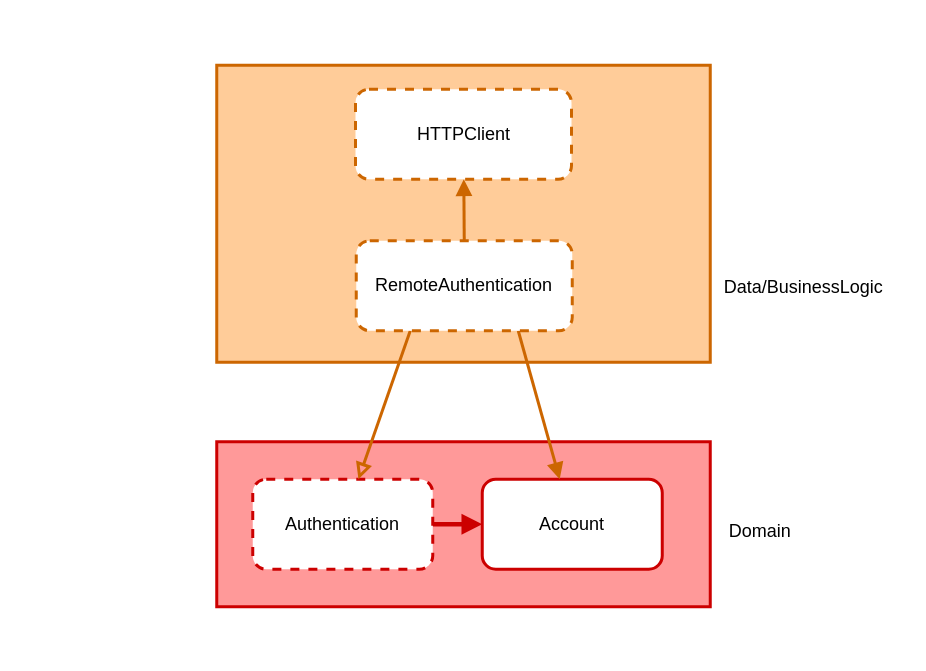
PaoloProdossimoLopes/flutter-for-dev-clean-app keeps this draw.io diagram as docs/diagrams/login.drawio. Above is the earlier version. Source tidied: cells renumbered, new cells numbered last; positions are measured from the earlier drawing's top-left corner, leaving out a move shared by most shapes. Both pictures are drawn from the tidied source at 150%, with x=0, y=0 at pixel (216, 64).
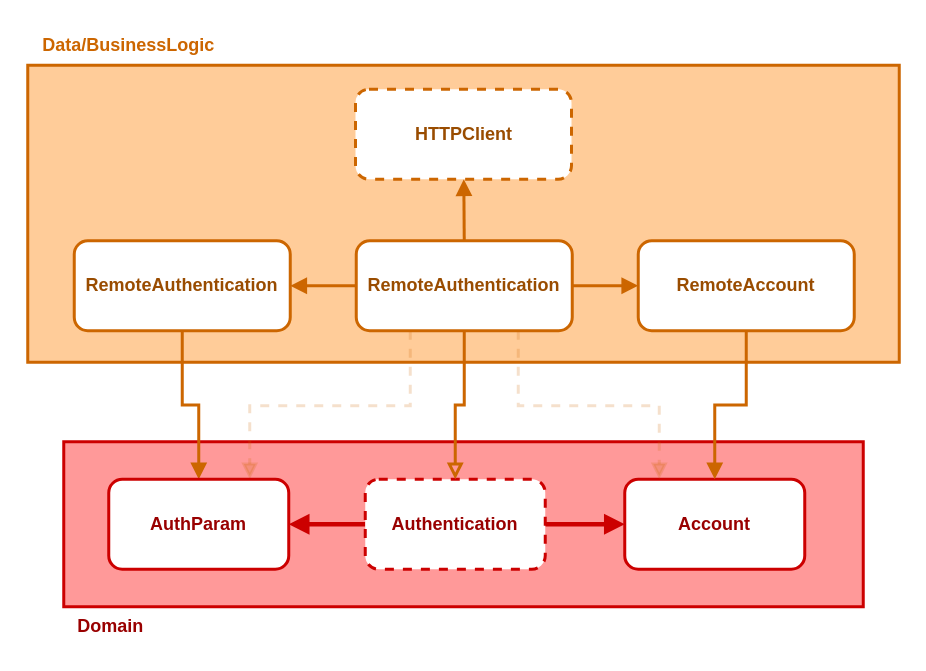
The same diagram, later.

Commit message (it also covers changes not shown here):
refactor: update the dependencies on diagram in docs folder

What changed in the source:
```diff
@@
     <mxCell id="2" style="whiteSpace=wrap;html=1;fillColor=#FF9999;strokeColor=#CC0000;strokeWidth=2;" parent="1" vertex="1">
-      <mxGeometry y="251" width="329" height="110" as="geometry" />
+      <mxGeometry x="-102" y="251" width="533" height="110" as="geometry" />
     </mxCell>
@@
+    <mxCell id="14" style="edgeStyle=orthogonalEdgeStyle;rounded=1;jettySize=auto;html=1;fontColor=default;endArrow=block;endFill=1;strokeColor=#CC0000;strokeWidth=3;" parent="1" edge="1" source="4" target="22">
+      <mxGeometry relative="1" as="geometry" />
+    </mxCell>
-    <mxCell id="4" value="Authentication" style="whiteSpace=wrap;html=1;dashed=1;rounded=1;strokeColor=#CC0000;strokeWidth=2;" parent="1" vertex="1">
-      <mxGeometry x="24" y="276" width="120" height="60" as="geometry" />
+    <mxCell id="4" value="Authentication" style="whiteSpace=wrap;html=1;dashed=1;rounded=1;strokeColor=#CC0000;strokeWidth=2;fontStyle=1;fontColor=#990000;" parent="1" vertex="1">
+      <mxGeometry x="99" y="276" width="120" height="60" as="geometry" />
     </mxCell>
-    <mxCell id="5" value="Account" style="whiteSpace=wrap;html=1;rounded=1;strokeColor=#CC0000;strokeWidth=2;" parent="1" vertex="1">
-      <mxGeometry x="177" y="276" width="120" height="60" as="geometry" />
+    <mxCell id="5" value="Account" style="whiteSpace=wrap;html=1;rounded=1;strokeColor=#CC0000;strokeWidth=2;fontStyle=1;fontColor=#990000;" parent="1" vertex="1">
+      <mxGeometry x="272" y="276" width="120" height="60" as="geometry" />
     </mxCell>
-    <mxCell id="6" value="Domain" style="text;html=1;align=center;verticalAlign=middle;strokeColor=none;fillColor=none;strokeWidth=2;" parent="1" vertex="1">
-      <mxGeometry x="336" y="302" width="51" height="18" as="geometry" />
+    <mxCell id="6" value="Domain" style="text;html=1;align=center;verticalAlign=middle;strokeColor=none;fillColor=none;strokeWidth=2;fontStyle=1;fontColor=#990000;" parent="1" vertex="1">
+      <mxGeometry x="-102" y="361" width="62" height="26" as="geometry" />
     </mxCell>
     <mxCell id="7" style="whiteSpace=wrap;html=1;fillColor=#FFCC99;strokeColor=#CC6600;strokeWidth=2;" parent="1" vertex="1">
-      <mxGeometry width="329" height="198" as="geometry" />
+      <mxGeometry x="-126" width="581" height="198" as="geometry" />
     </mxCell>
+    <mxCell id="10" style="edgeStyle=none;rounded=0;html=1;exitX=0.5;exitY=0;exitDx=0;exitDy=0;endArrow=block;endFill=1;strokeColor=#CC6600;strokeWidth=2;" parent="1" edge="1" source="11" target="13">
+      <mxGeometry relative="1" as="geometry" />
+    </mxCell>
+    <mxCell id="9" style="edgeStyle=orthogonalEdgeStyle;rounded=0;jettySize=auto;html=1;fontColor=default;endArrow=block;strokeColor=#CC6600;endFill=0;strokeWidth=2;" parent="1" edge="1" source="11" target="4">
+      <mxGeometry relative="1" as="geometry" />
+    </mxCell>
+    <mxCell id="15" style="edgeStyle=orthogonalEdgeStyle;rounded=0;jettySize=auto;html=1;exitX=0;exitY=0.5;exitDx=0;exitDy=0;fontColor=default;endArrow=block;endFill=1;strokeColor=#CC6600;strokeWidth=2;" parent="1" edge="1" source="11" target="21">
+      <mxGeometry relative="1" as="geometry" />
+    </mxCell>
+    <mxCell id="16" style="edgeStyle=orthogonalEdgeStyle;rounded=0;jettySize=auto;html=1;exitX=1;exitY=0.5;exitDx=0;exitDy=0;fontColor=default;endArrow=block;endFill=1;strokeColor=#CC6600;strokeWidth=2;" parent="1" edge="1" source="11" target="19">
+      <mxGeometry relative="1" as="geometry" />
+    </mxCell>
+    <mxCell id="17" style="edgeStyle=orthogonalEdgeStyle;rounded=0;jettySize=auto;html=1;exitX=0.25;exitY=1;exitDx=0;exitDy=0;fontColor=default;endArrow=block;endFill=1;strokeColor=#CC6600;strokeWidth=2;dashed=1;fillOpacity=100;opacity=20;" parent="1" edge="1" source="11" target="22">
+      <mxGeometry relative="1" as="geometry">
+        <Array as="points">
+          <mxPoint x="129" y="227" />
+          <mxPoint x="22" y="227" />
+        </Array>
+      </mxGeometry>
+    </mxCell>
-    <mxCell id="8" style="edgeStyle=none;rounded=0;html=1;exitX=0.75;exitY=1;exitDx=0;exitDy=0;endArrow=block;endFill=1;strokeColor=#CC6600;strokeWidth=2;" parent="1" edge="1" source="11" target="5">
-      <mxGeometry relative="1" as="geometry" />
+    <mxCell id="8" style="edgeStyle=orthogonalEdgeStyle;rounded=0;jettySize=auto;html=1;exitX=0.75;exitY=1;exitDx=0;exitDy=0;fontColor=default;endArrow=block;endFill=1;strokeColor=#CC6600;strokeWidth=2;dashed=1;fillOpacity=100;opacity=20;" parent="1" edge="1" source="11" target="5">
+      <mxGeometry relative="1" as="geometry">
+        <Array as="points">
+          <mxPoint x="201" y="227" />
+          <mxPoint x="295" y="227" />
+        </Array>
+      </mxGeometry>
     </mxCell>
-    <mxCell id="9" style="edgeStyle=none;rounded=0;html=1;exitX=0.25;exitY=1;exitDx=0;exitDy=0;endArrow=block;endFill=0;strokeColor=#CC6600;strokeWidth=2;" parent="1" edge="1" source="11" target="4">
-      <mxGeometry relative="1" as="geometry" />
-    </mxCell>
-    <mxCell id="10" style="edgeStyle=none;rounded=0;html=1;exitX=0.5;exitY=0;exitDx=0;exitDy=0;endArrow=block;endFill=1;strokeColor=#CC6600;strokeWidth=2;" parent="1" edge="1" source="11" target="13">
-      <mxGeometry relative="1" as="geometry" />
-    </mxCell>
-    <mxCell id="11" value="RemoteAuthentication" style="whiteSpace=wrap;html=1;dashed=1;rounded=1;strokeColor=#CC6600;strokeWidth=2;" parent="1" vertex="1">
+    <mxCell id="11" value="RemoteAuthentication" style="whiteSpace=wrap;html=1;rounded=1;strokeColor=#CC6600;strokeWidth=2;fontStyle=1;fontColor=#994C00;" parent="1" vertex="1">
       <mxGeometry x="93" y="117" width="144" height="60" as="geometry" />
     </mxCell>
-    <mxCell id="12" value="Data/BusinessLogic" style="text;html=1;align=center;verticalAlign=middle;strokeColor=none;fillColor=none;strokeWidth=2;" parent="1" vertex="1">
-      <mxGeometry x="333" y="139" width="116" height="18" as="geometry" />
+    <mxCell id="12" value="Data/BusinessLogic" style="text;html=1;align=center;verticalAlign=middle;strokeColor=none;fillColor=none;strokeWidth=2;fontStyle=1;fontColor=#CC6600;" parent="1" vertex="1">
+      <mxGeometry x="-126" y="-26" width="133" height="26" as="geometry" />
     </mxCell>
-    <mxCell id="13" value="HTTPClient" style="whiteSpace=wrap;html=1;dashed=1;rounded=1;strokeColor=#CC6600;strokeWidth=2;" parent="1" vertex="1">
+    <mxCell id="13" value="HTTPClient" style="whiteSpace=wrap;html=1;dashed=1;rounded=1;strokeColor=#CC6600;strokeWidth=2;fontStyle=1;fontColor=#994C00;" parent="1" vertex="1">
       <mxGeometry x="92.5" y="16" width="144" height="60" as="geometry" />
     </mxCell>
+    <mxCell id="18" style="edgeStyle=orthogonalEdgeStyle;rounded=0;jettySize=auto;html=1;exitX=0.5;exitY=1;exitDx=0;exitDy=0;fontColor=default;endArrow=block;endFill=1;strokeColor=#CC6600;strokeWidth=2;" parent="1" edge="1" source="19" target="5">
+      <mxGeometry relative="1" as="geometry" />
+    </mxCell>
+    <mxCell id="19" value="RemoteAccount" style="whiteSpace=wrap;html=1;rounded=1;strokeColor=#CC6600;strokeWidth=2;fontStyle=1;fontColor=#994C00;" parent="1" vertex="1">
+      <mxGeometry x="281" y="117" width="144" height="60" as="geometry" />
+    </mxCell>
+    <mxCell id="20" style="edgeStyle=orthogonalEdgeStyle;rounded=0;jettySize=auto;html=1;fontColor=default;endArrow=block;endFill=1;strokeColor=#CC6600;strokeWidth=2;" parent="1" edge="1" source="21" target="22">
+      <mxGeometry relative="1" as="geometry" />
+    </mxCell>
+    <mxCell id="21" value="RemoteAuthentication" style="whiteSpace=wrap;html=1;rounded=1;strokeColor=#CC6600;strokeWidth=2;fontStyle=1;fontColor=#994C00;" parent="1" vertex="1">
+      <mxGeometry x="-95" y="117" width="144" height="60" as="geometry" />
+    </mxCell>
+    <mxCell id="22" value="AuthParam" style="whiteSpace=wrap;html=1;rounded=1;strokeColor=#CC0000;strokeWidth=2;fontStyle=1;fontColor=#990000;" parent="1" vertex="1">
+      <mxGeometry x="-72" y="276" width="120" height="60" as="geometry" />
+    </mxCell>
```
